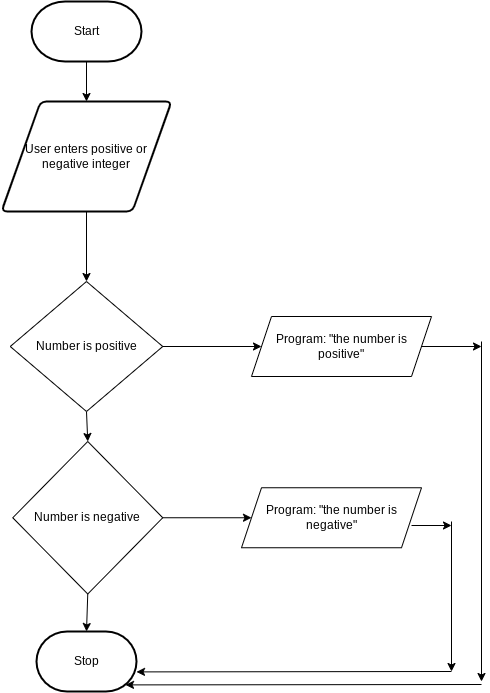
joannesanthosh/ICS20-Unit5-02-HTML keeps this draw.io diagram as design/flowchart.png. Above is the earlier version. Source tidied: cells renumbered, new cells last; positions are measured from the earlier drawing's top-left corner, leaving out a move shared by most shapes.
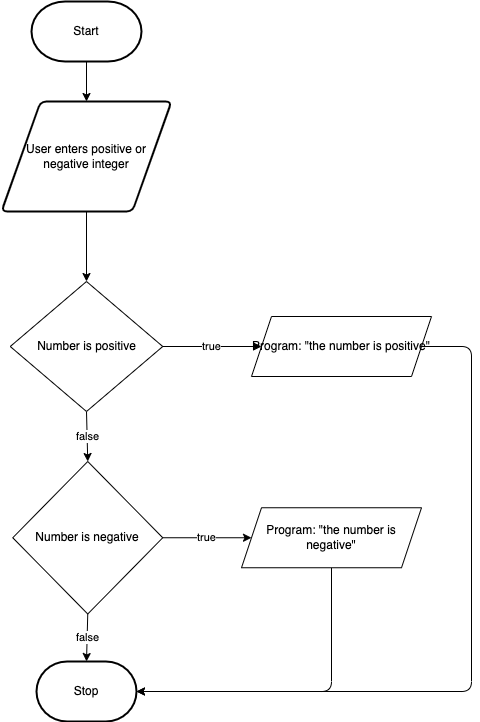
Later version of the same file.

The edit, as a diff of the source:
```diff
@@ -15,65 +15,42 @@
       <mxGeometry y="100" width="170" height="110" as="geometry" />
     </mxCell>
     <mxCell id="6" value="Stop" style="strokeWidth=2;html=1;shape=mxgraph.flowchart.terminator;whiteSpace=wrap;" parent="1" vertex="1">
-      <mxGeometry x="35" y="630" width="100" height="60" as="geometry" />
+      <mxGeometry x="35" y="660" width="100" height="60" as="geometry" />
     </mxCell>
-    <mxCell id="7" style="edgeStyle=none;html=1;exitX=0.5;exitY=1;exitDx=0;exitDy=0;entryX=0;entryY=0.5;entryDx=0;entryDy=0;" parent="1" edge="1" source="9" target="12">
+    <mxCell id="7" value="false" style="edgeStyle=none;html=1;exitX=0.5;exitY=1;exitDx=0;exitDy=0;entryX=0;entryY=0.5;entryDx=0;entryDy=0;" parent="1" edge="1" source="9" target="12">
       <mxGeometry relative="1" as="geometry" />
     </mxCell>
-    <mxCell id="8" style="edgeStyle=none;html=1;" parent="1" edge="1" source="9" target="14">
+    <mxCell id="8" value="true" style="edgeStyle=none;html=1;" parent="1" edge="1" source="9" target="14">
       <mxGeometry relative="1" as="geometry" />
     </mxCell>
     <mxCell id="9" value="Number is positive" style="rhombus;whiteSpace=wrap;html=1;" parent="1" vertex="1">
       <mxGeometry x="8.8" y="280" width="152.5" height="130" as="geometry" />
     </mxCell>
-    <mxCell id="10" style="edgeStyle=none;html=1;exitX=1;exitY=0.5;exitDx=0;exitDy=0;entryX=0.5;entryY=0;entryDx=0;entryDy=0;entryPerimeter=0;" parent="1" edge="1" source="12" target="6">
+    <mxCell id="10" value="false" style="edgeStyle=none;html=1;exitX=1;exitY=0.5;exitDx=0;exitDy=0;entryX=0.5;entryY=0;entryDx=0;entryDy=0;entryPerimeter=0;" parent="1" edge="1" source="12" target="6">
       <mxGeometry relative="1" as="geometry" />
     </mxCell>
-    <mxCell id="11" style="edgeStyle=none;html=1;exitX=0.5;exitY=0;exitDx=0;exitDy=0;entryX=0;entryY=0.5;entryDx=0;entryDy=0;" parent="1" edge="1" source="12" target="15">
+    <mxCell id="11" value="true" style="edgeStyle=none;html=1;exitX=0.5;exitY=0;exitDx=0;exitDy=0;entryX=0;entryY=0.5;entryDx=0;entryDy=0;" parent="1" edge="1" source="12" target="15">
       <mxGeometry relative="1" as="geometry" />
     </mxCell>
     <mxCell id="12" value="Number is negative" style="rhombus;whiteSpace=wrap;html=1;direction=south;" parent="1" vertex="1">
-      <mxGeometry x="11.2" y="440" width="150" height="152.5" as="geometry" />
+      <mxGeometry x="11.2" y="460" width="150" height="152.5" as="geometry" />
     </mxCell>
-    <mxCell id="13" style="edgeStyle=none;html=1;exitX=1;exitY=0.5;exitDx=0;exitDy=0;" parent="1" edge="1" source="14">
-      <mxGeometry relative="1" as="geometry">
-        <mxPoint x="480" y="345" as="targetPoint" />
-      </mxGeometry>
-    </mxCell>
+    <mxCell id="21" style="edgeStyle=orthogonalEdgeStyle;html=1;exitX=1;exitY=0.5;exitDx=0;exitDy=0;entryX=1;entryY=0.5;entryDx=0;entryDy=0;entryPerimeter=0;" parent="1" edge="1" source="14" target="6">
+      <mxGeometry relative="1" as="geometry">
+        <Array as="points">
+          <mxPoint x="470" y="345" />
+          <mxPoint x="470" y="690" />
+        </Array>
+      </mxGeometry>
+    </mxCell>
     <mxCell id="14" value="Program: &quot;the number is positive&quot;" style="shape=parallelogram;perimeter=parallelogramPerimeter;whiteSpace=wrap;html=1;fixedSize=1;" parent="1" vertex="1">
       <mxGeometry x="250" y="315" width="180" height="60" as="geometry" />
     </mxCell>
+    <mxCell id="22" style="edgeStyle=orthogonalEdgeStyle;html=1;exitX=0.5;exitY=1;exitDx=0;exitDy=0;entryX=1;entryY=0.5;entryDx=0;entryDy=0;entryPerimeter=0;" parent="1" edge="1" source="15" target="6">
+      <mxGeometry relative="1" as="geometry" />
+    </mxCell>
     <mxCell id="15" value="Program: &quot;the number is negative&quot;" style="shape=parallelogram;perimeter=parallelogramPerimeter;whiteSpace=wrap;html=1;fixedSize=1;" parent="1" vertex="1">
-      <mxGeometry x="240" y="486.2" width="180" height="60" as="geometry" />
+      <mxGeometry x="240" y="506.2" width="180" height="60" as="geometry" />
     </mxCell>
-    <mxCell id="16" style="edgeStyle=none;html=1;" parent="1" edge="1">
-      <mxGeometry relative="1" as="geometry">
-        <mxPoint x="480" y="340" as="sourcePoint" />
-        <mxPoint x="480" y="680" as="targetPoint" />
-      </mxGeometry>
-    </mxCell>
-    <mxCell id="17" style="edgeStyle=none;html=1;entryX=0.89;entryY=0.89;entryDx=0;entryDy=0;entryPerimeter=0;" parent="1" edge="1" target="6">
-      <mxGeometry relative="1" as="geometry">
-        <mxPoint x="480" y="683" as="sourcePoint" />
-      </mxGeometry>
-    </mxCell>
-    <mxCell id="18" style="edgeStyle=none;html=1;exitX=1;exitY=0.5;exitDx=0;exitDy=0;" parent="1" edge="1">
-      <mxGeometry relative="1" as="geometry">
-        <mxPoint x="410" y="524" as="sourcePoint" />
-        <mxPoint x="450" y="524" as="targetPoint" />
-      </mxGeometry>
-    </mxCell>
-    <mxCell id="19" style="edgeStyle=none;html=1;" parent="1" edge="1">
-      <mxGeometry relative="1" as="geometry">
-        <mxPoint x="450" y="520" as="sourcePoint" />
-        <mxPoint x="450" y="670" as="targetPoint" />
-      </mxGeometry>
-    </mxCell>
-    <mxCell id="20" style="edgeStyle=none;html=1;entryX=0.89;entryY=0.89;entryDx=0;entryDy=0;entryPerimeter=0;" parent="1" edge="1">
-      <mxGeometry relative="1" as="geometry">
-        <mxPoint x="450" y="670" as="sourcePoint" />
-        <mxPoint x="135" y="670.4" as="targetPoint" />
-      </mxGeometry>
-    </mxCell>
   </root>
 </mxGraphModel>
```
